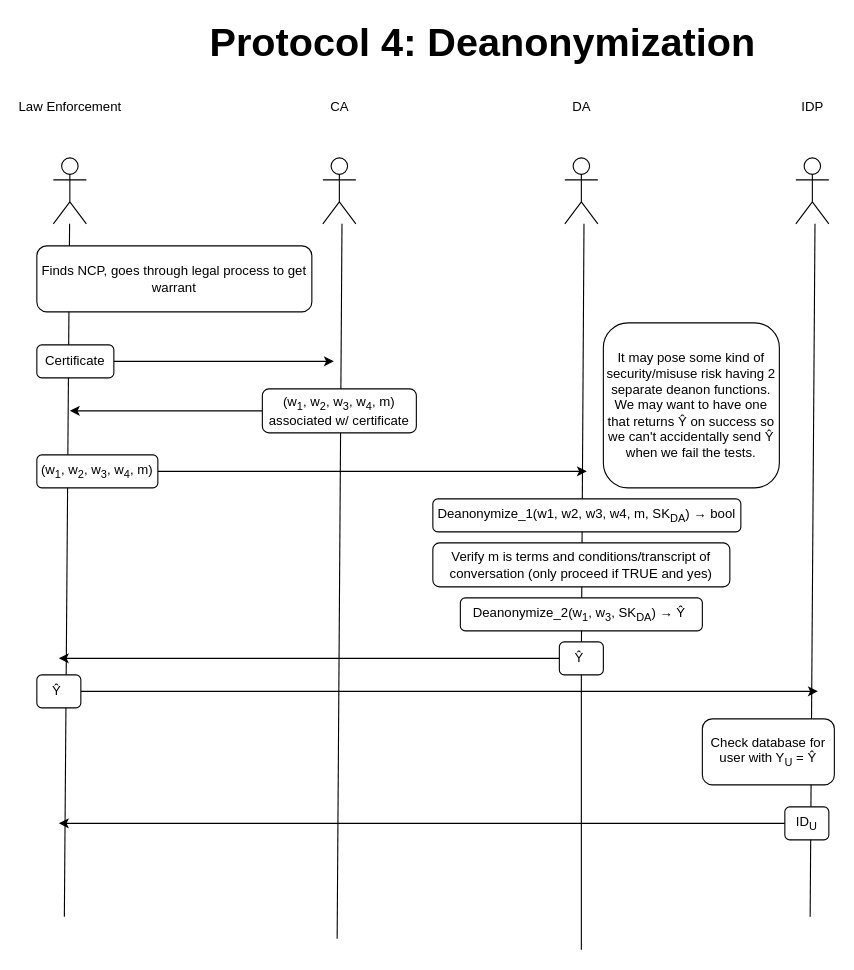
Earlier version of the draw.io diagram page "Deanon" (5 of 5) of doc/Updated Protocols.drawio (JacobGorman613/cl-api). Source tidied: cells renumbered, new cells numbered last; positions are measured from the earlier drawing's top-left corner, leaving out a move shared by most shapes. Both pictures are drawn from the tidied source at 110%, with x=0, y=0 at pixel (36, 25).
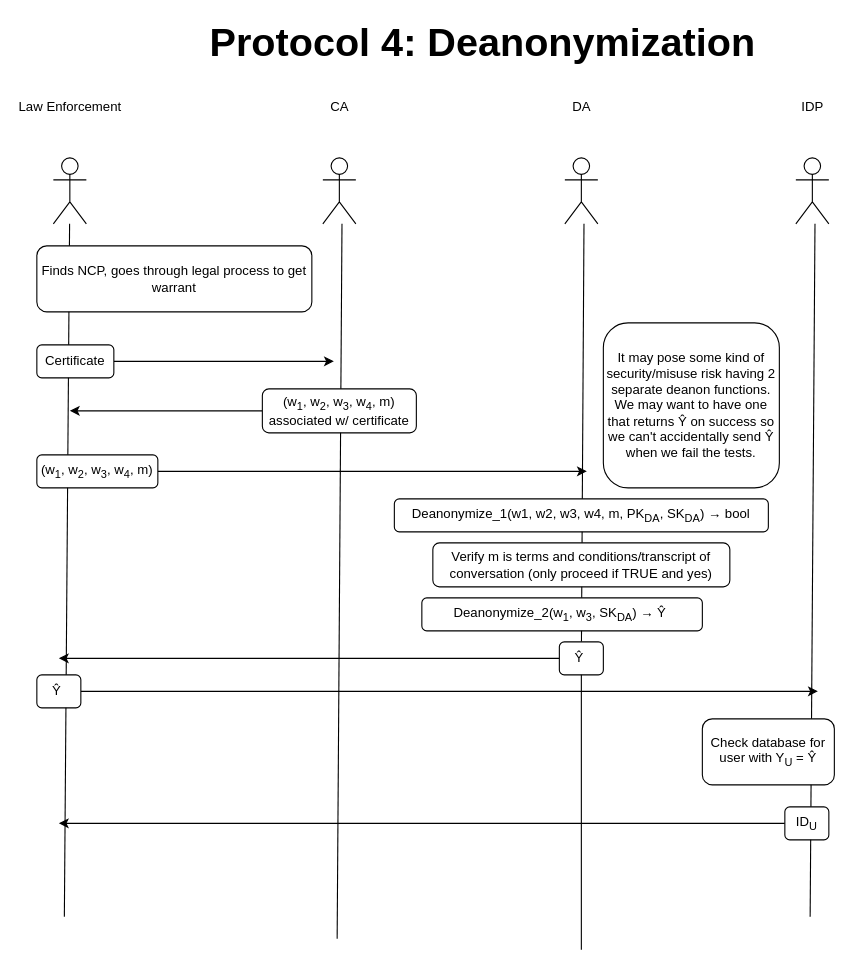
The same diagram, later.

Diff of the diagram source:
```diff
@@
-    <mxCell id="18" value="Deanonymize_1(w1, w2, w3, w4, m, SK&lt;sub&gt;DA&lt;/sub&gt;)&amp;nbsp;→ bool" style="rounded=1;whiteSpace=wrap;html=1;" parent="1" vertex="1">
-      <mxGeometry x="360" y="430" width="280" height="30" as="geometry" />
+    <mxCell id="18" value="Deanonymize_1(w1, w2, w3, w4, m, PK&lt;sub&gt;DA&lt;/sub&gt;, SK&lt;sub&gt;DA&lt;/sub&gt;)&amp;nbsp;→ bool" style="rounded=1;whiteSpace=wrap;html=1;" parent="1" vertex="1">
+      <mxGeometry x="325" y="430" width="340" height="30" as="geometry" />
     </mxCell>
@@
     <mxCell id="20" value="Deanonymize_2(w&lt;sub&gt;1&lt;/sub&gt;, w&lt;sub&gt;3&lt;/sub&gt;, SK&lt;sub&gt;DA&lt;/sub&gt;)&amp;nbsp;→ Ŷ&amp;nbsp;" style="rounded=1;whiteSpace=wrap;html=1;" parent="1" vertex="1">
-      <mxGeometry x="385" y="520" width="220" height="30" as="geometry" />
+      <mxGeometry x="350" y="520" width="255" height="30" as="geometry" />
     </mxCell>
```
